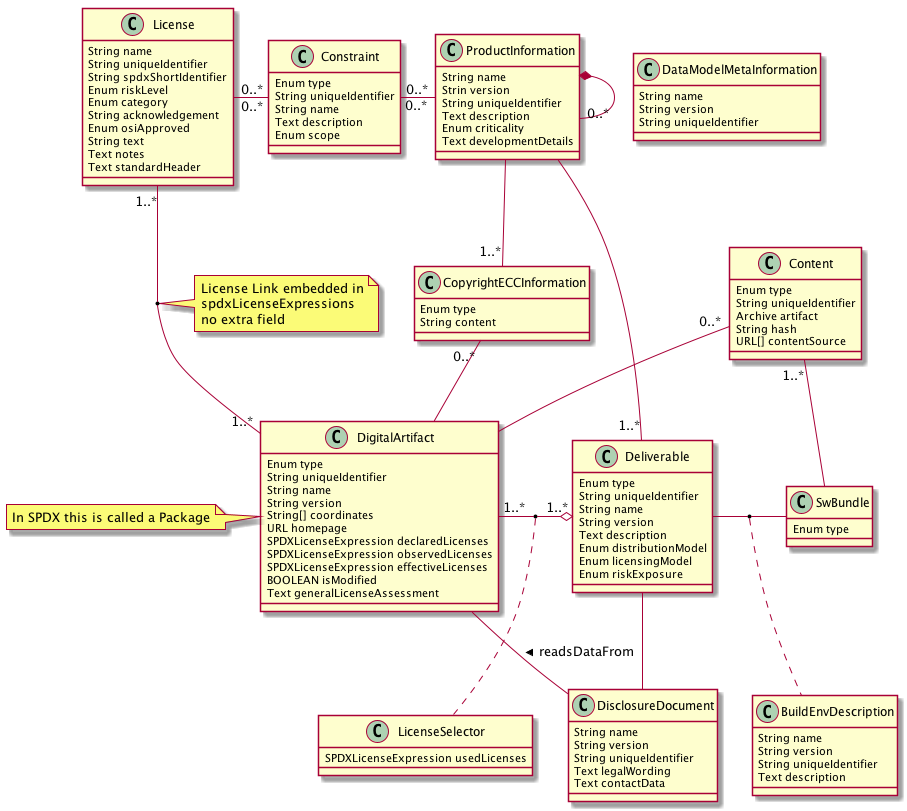
Open-Source-Compliance/Sharing-creates-value keeps this PlantUML diagram as Tooling-Landscape/Unanimous-Understanding/Data Structures/DataExchangeFormat-UML-Class-Diagram.png. Above is the earlier version.
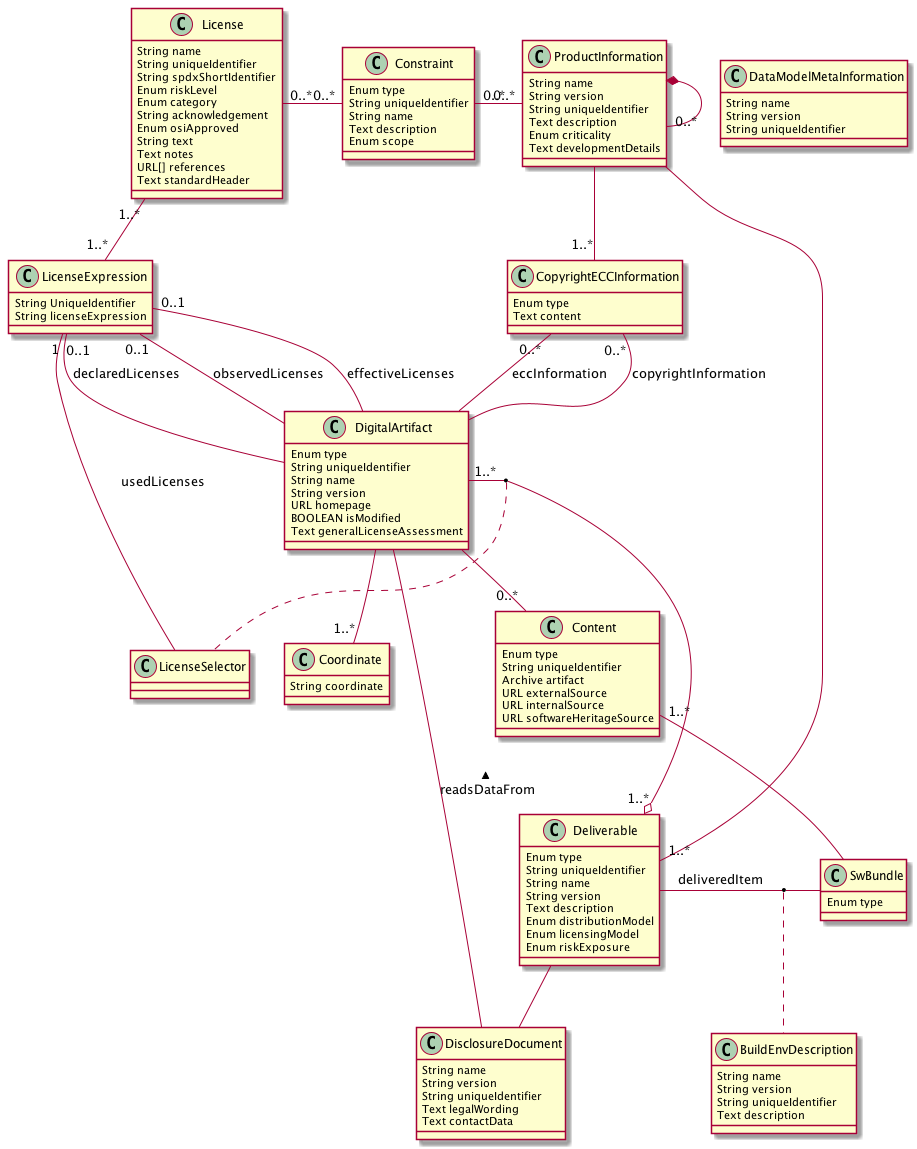
After the commit.

Commit message:
Data model changes according to review

What changed in the source:
```diff
@@ -1,4 +1,5 @@
 @startuml
+
 class BuildEnvDescription {
    String name
    String version
@@ -10,8 +11,9 @@
 	Enum type
 	String uniqueIdentifier
 	Archive artifact
-  String hash
-  URL[] contentSource
+  URL externalSource
+  URL internalSource
+  URL softwareHeritageSource
 }
 
 class Constraint {
@@ -21,17 +23,18 @@
    Text description
    Enum scope
 }
+
 class CopyrightECCInformation {
    Enum type
-   String content
+   Text content
 }
+
 class DataModelMetaInformation {
-
   String name
   String version
   String uniqueIdentifier
+}
 
-}
 class Deliverable{
    Enum type
    String uniqueIdentifier
@@ -41,10 +44,9 @@
    Enum distributionModel
    Enum licensingModel
    Enum riskExposure
+}
 
-}
 class DisclosureDocument {
-
   String name
   String version
   String uniqueIdentifier
@@ -52,31 +54,26 @@
   Text contactData
 }
 
-
-
 class DigitalArtifact {
   Enum type
   String uniqueIdentifier
   String name
   String version
-  String[] coordinates
   URL homepage
-  SPDXLicenseExpression declaredLicenses
-  SPDXLicenseExpression observedLicenses
-  SPDXLicenseExpression effectiveLicenses
   BOOLEAN isModified
   Text generalLicenseAssessment
 }
-note left: In SPDX this is called a Package
 
-note as license_ref
-  License Link embedded in
-  spdxLicenseExpressions
-  no extra field
-end note
+class Coordinate {
+  String coordinate
+}
+
+class LicenseExpression {
+  String UniqueIdentifier
+  String licenseExpression
+}
 
 class LicenseSelector {
-  SPDXLicenseExpression usedLicenses
 }
 
 class License {
@@ -89,35 +86,49 @@
   Enum osiApproved
   String text
   Text notes
+  URL[] references
   Text standardHeader
 }
 
 class ProductInformation {
-   String name
-   Strin version
-   String uniqueIdentifier
-   Text description
-   Enum criticality
-   Text developmentDetails
-}
-class SwBundle{
-Enum type
+  String name
+  String version
+  String uniqueIdentifier
+  Text description
+  Enum criticality
+  Text developmentDetails
 }
 
-License "1..*" -- "1..*" DigitalArtifact
-(License, DigitalArtifact) .. license_ref
+class SwBundle{
+  Enum type
+}
+
+LicenseExpression "0..1" -- DigitalArtifact : declaredLicenses
+LicenseExpression "0..1" -- DigitalArtifact : observedLicenses
+LicenseExpression "0..1" -- DigitalArtifact : effectiveLicenses
+LicenseExpression "1" -- LicenseSelector : usedLicenses
+License "1..*" -- "1..*" LicenseExpression
 License "0..*" - "0..*" Constraint
 Constraint "0..*" - "0..*" ProductInformation
-CopyrightECCInformation "0..*" -- DigitalArtifact
-Deliverable - SwBundle
+CopyrightECCInformation "0..*" -- DigitalArtifact : copyrightInformation
+CopyrightECCInformation "0..*" -- DigitalArtifact : eccInformation
+Coordinate "1..*" -- DigitalArtifact
+Deliverable - SwBundle : deliveredItem
 Deliverable -- DisclosureDocument
 (Deliverable, SwBundle) .. BuildEnvDescription
 Content "0..*" -- DigitalArtifact
 DigitalArtifact "1..*" -o "1..*" Deliverable
-(DigitalArtifact, Deliverable) .. LicenseSelector
+(DigitalArtifact, Deliverable) .. "0..1" LicenseSelector
 Content "1..*" -- SwBundle
 ProductInformation -- "1..*" CopyrightECCInformation
 ProductInformation -- "1..*" Deliverable
 ProductInformation *- "0..*" ProductInformation
 DigitalArtifact -- DisclosureDocument : readsDataFrom <
+
+DigitalArtifact -[hidden]- Coordinate
+DigitalArtifact -[hidden]- Content
+LicenseSelector -[hidden]- Deliverable
+LicenseExpression -[hidden]- LicenseSelector
+LicenseSelector -[hidden]- DigitalArtifact
+
 @enduml
```
